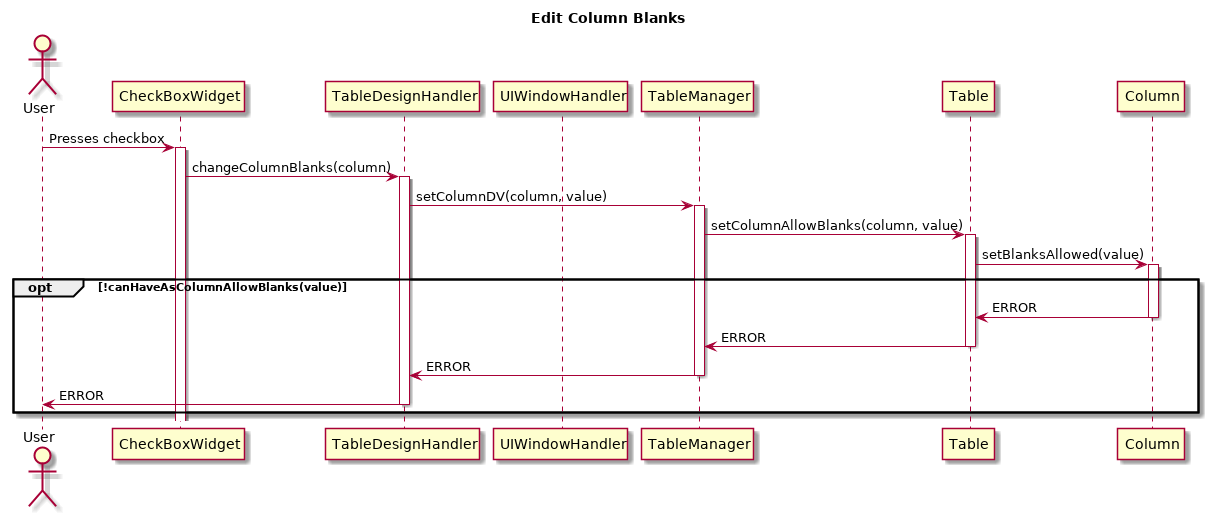
Earlier version of the PlantUML export diagrams/interactionDiagrams/editColumnBlanks.png (Bhamoss/softwareOntwerpProject).
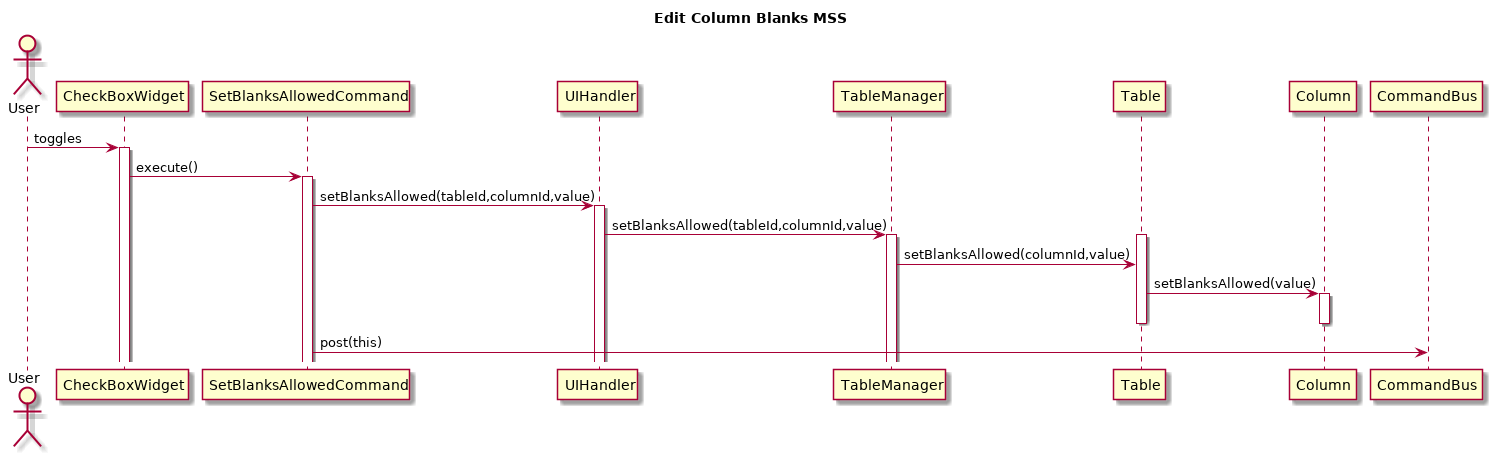
After the commit.

Change to the diagram source:
```diff
@@ -1,30 +1,25 @@
 @startuml
-title Edit Column Blanks
+title Edit Column Blanks MSS
 Actor User
 
+User -> CheckBoxWidget: toggles
 
-User->CheckBoxWidget: Presses checkbox
 activate CheckBoxWidget
-CheckBoxWidget -> TableDesignHandler: changeColumnBlanks(column)
-deactivate UIWindowHandler
+CheckBoxWidget -> SetBlanksAllowedCommand: execute()
+activate SetBlanksAllowedCommand
+SetBlanksAllowedCommand -> UIHandler: setBlanksAllowed(tableId,columnId,value)
+activate UIHandler
+UIHandler -> TableManager: setBlanksAllowed(tableId,columnId,value)
+activate TableManager
+activate Table
+TableManager -> Table: setBlanksAllowed(columnId,value)
 
-activate TableDesignHandler
-TableDesignHandler -> TableManager: setColumnDV(column, value)
-activate TableManager
-TableManager -> Table: setColumnAllowBlanks(column, value)
-activate Table
 Table -> Column: setBlanksAllowed(value)
 activate Column
-opt !canHaveAsColumnAllowBlanks(value)
-    Column -> Table: ERROR
-    deactivate Column
-    Table -> TableManager: ERROR
-    deactivate Table
-    TableManager -> TableDesignHandler: ERROR
-    deactivate TableManager
-    TableDesignHandler -> User: ERROR
-    deactivate TableDesignHandler
-end
+deactivate Column
+deactivate Table
+
+SetBlanksAllowedCommand -> CommandBus: post(this)
 
 
 
```
